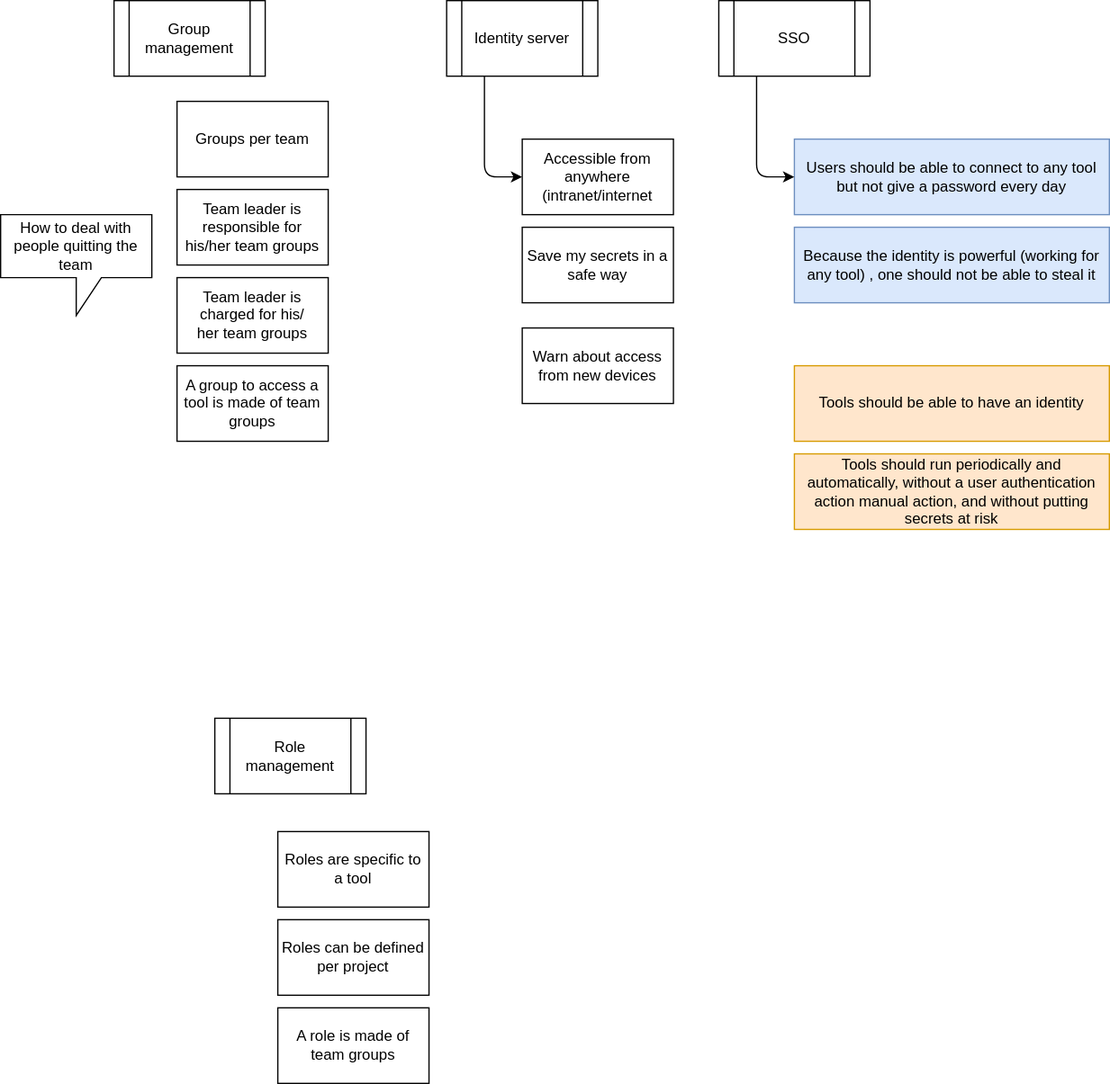
Earlier version of the draw.io export tech/SSO.svg (alaindelanay/drawings). Source tidied: cells renumbered, new cells last; positions are measured from the earlier drawing's top-left corner, leaving out a move shared by most shapes.
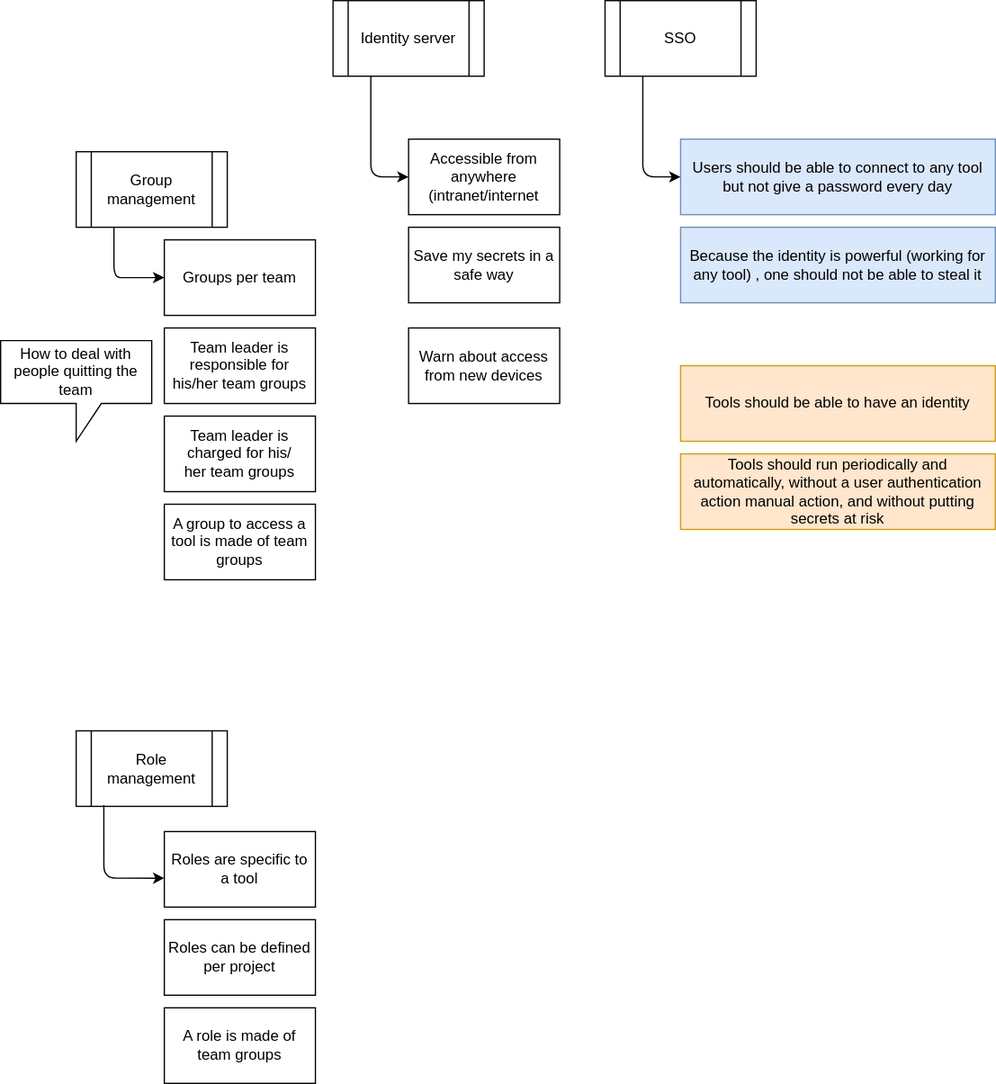
The same file after the commit.

The edit, as a diff of the source:
```diff
@@ -41,10 +41,10 @@
       <mxGeometry x="630" y="180" width="250" height="60" as="geometry" />
     </mxCell>
     <mxCell id="12" value="Group management" style="shape=process;whiteSpace=wrap;html=1;backgroundOutline=1;" parent="1" vertex="1">
-      <mxGeometry x="90" width="120" height="60" as="geometry" />
+      <mxGeometry x="150" y="120" width="120" height="60" as="geometry" />
     </mxCell>
     <mxCell id="13" value="Role management" style="shape=process;whiteSpace=wrap;html=1;backgroundOutline=1;" parent="1" vertex="1">
-      <mxGeometry x="170" y="570" width="120" height="60" as="geometry" />
+      <mxGeometry x="150" y="580" width="120" height="60" as="geometry" />
     </mxCell>
     <mxCell id="14" value="Roles are specific to a tool" style="rounded=0;whiteSpace=wrap;html=1;" parent="1" vertex="1">
       <mxGeometry x="220" y="660" width="120" height="60" as="geometry" />
@@ -53,25 +53,40 @@
       <mxGeometry x="220" y="730" width="120" height="60" as="geometry" />
     </mxCell>
     <mxCell id="16" value="Groups per team" style="rounded=0;whiteSpace=wrap;html=1;" parent="1" vertex="1">
-      <mxGeometry x="140" y="80" width="120" height="60" as="geometry" />
+      <mxGeometry x="220" y="190" width="120" height="60" as="geometry" />
     </mxCell>
     <mxCell id="17" value="A group to access a tool is made of team groups" style="rounded=0;whiteSpace=wrap;html=1;" parent="1" vertex="1">
-      <mxGeometry x="140" y="290" width="120" height="60" as="geometry" />
+      <mxGeometry x="220" y="400" width="120" height="60" as="geometry" />
     </mxCell>
     <mxCell id="18" value="A role is made of team groups" style="rounded=0;whiteSpace=wrap;html=1;" parent="1" vertex="1">
       <mxGeometry x="220" y="800" width="120" height="60" as="geometry" />
     </mxCell>
     <mxCell id="19" value="Team leader is responsible for his/her team groups" style="rounded=0;whiteSpace=wrap;html=1;" parent="1" vertex="1">
-      <mxGeometry x="140" y="150" width="120" height="60" as="geometry" />
+      <mxGeometry x="220" y="260" width="120" height="60" as="geometry" />
     </mxCell>
     <mxCell id="20" value="Team leader is charged for his/&lt;br&gt;her team groups" style="rounded=0;whiteSpace=wrap;html=1;" parent="1" vertex="1">
-      <mxGeometry x="140" y="220" width="120" height="60" as="geometry" />
+      <mxGeometry x="220" y="330" width="120" height="60" as="geometry" />
     </mxCell>
     <mxCell id="21" value="How to deal with people quitting the team" style="shape=callout;whiteSpace=wrap;html=1;perimeter=calloutPerimeter;" parent="1" vertex="1">
-      <mxGeometry y="170" width="120" height="80" as="geometry" />
+      <mxGeometry x="90" y="270" width="120" height="80" as="geometry" />
     </mxCell>
     <mxCell id="22" value="Warn about access from new devices" style="rounded=0;whiteSpace=wrap;html=1;" parent="1" vertex="1">
       <mxGeometry x="414" y="260" width="120" height="60" as="geometry" />
     </mxCell>
+    <mxCell id="23" style="endArrow=classic;html=1;exitX=0.25;exitY=1;exitDx=0;exitDy=0;entryX=0;entryY=0.5;entryDx=0;entryDy=0;" parent="1" edge="1" source="12" target="16">
+      <mxGeometry relative="1" as="geometry">
+        <Array as="points">
+          <mxPoint x="180" y="220" />
+          <mxPoint x="190" y="220" />
+        </Array>
+      </mxGeometry>
+    </mxCell>
+    <mxCell id="24" style="endArrow=classic;html=1;entryX=0;entryY=0.617;entryDx=0;entryDy=0;entryPerimeter=0;exitX=0.183;exitY=0.983;exitDx=0;exitDy=0;exitPerimeter=0;" parent="1" edge="1" source="13" target="14">
+      <mxGeometry relative="1" as="geometry">
+        <Array as="points">
+          <mxPoint x="172" y="697" />
+        </Array>
+      </mxGeometry>
+    </mxCell>
   </root>
 </mxGraphModel>
```
